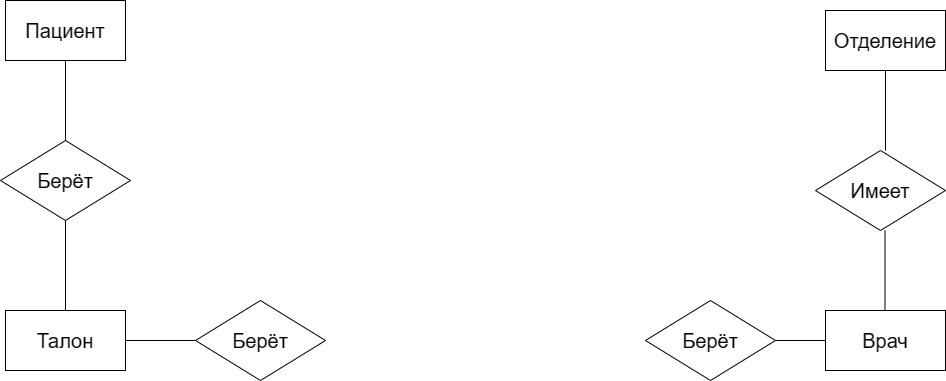
dibovdmitry/Project keeps this draw.io diagram as Диаграмма без названия.drawio.png. Above is the earlier version. Source tidied: cells renumbered, new cells last; positions are measured from the earlier drawing's top-left corner, leaving out a move shared by most shapes.
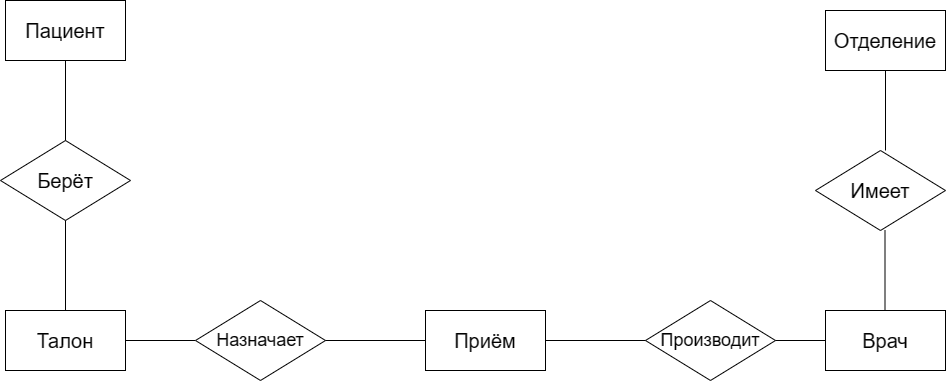
The same diagram one commit later.

Change to the diagram source:
```diff
@@ -50,7 +50,7 @@
         <mxPoint x="195" y="340" as="targetPoint" />
       </mxGeometry>
     </mxCell>
-    <mxCell id="13" value="Берёт" style="rhombus;whiteSpace=wrap;html=1;fontSize=20;" parent="1" vertex="1">
+    <mxCell id="13" value="Назначает" style="rhombus;whiteSpace=wrap;html=1;fontSize=18;" parent="1" vertex="1">
       <mxGeometry x="195" y="300" width="130" height="80" as="geometry" />
     </mxCell>
     <mxCell id="14" style="endArrow=none;html=1;rounded=0;" parent="1" edge="1">
@@ -59,8 +59,21 @@
         <mxPoint x="825" y="340" as="targetPoint" />
       </mxGeometry>
     </mxCell>
-    <mxCell id="15" value="Берёт" style="rhombus;whiteSpace=wrap;html=1;fontSize=20;" parent="1" vertex="1">
+    <mxCell id="15" value="Производит" style="rhombus;whiteSpace=wrap;html=1;fontSize=18;" parent="1" vertex="1">
       <mxGeometry x="645" y="300" width="130" height="80" as="geometry" />
     </mxCell>
+    <mxCell id="16" value="Приём" style="rounded=0;whiteSpace=wrap;html=1;fontSize=20;" parent="1" vertex="1">
+      <mxGeometry x="425" y="310" width="120" height="60" as="geometry" />
+    </mxCell>
+    <mxCell id="17" style="endArrow=none;html=1;rounded=0;entryX=0;entryY=0.5;entryDx=0;entryDy=0;" parent="1" edge="1" target="16">
+      <mxGeometry relative="1" as="geometry">
+        <mxPoint x="325" y="340" as="sourcePoint" />
+      </mxGeometry>
+    </mxCell>
+    <mxCell id="18" style="endArrow=none;html=1;rounded=0;exitX=1;exitY=0.5;exitDx=0;exitDy=0;" parent="1" edge="1" source="16">
+      <mxGeometry relative="1" as="geometry">
+        <mxPoint x="645" y="340" as="targetPoint" />
+      </mxGeometry>
+    </mxCell>
   </root>
 </mxGraphModel>
```
